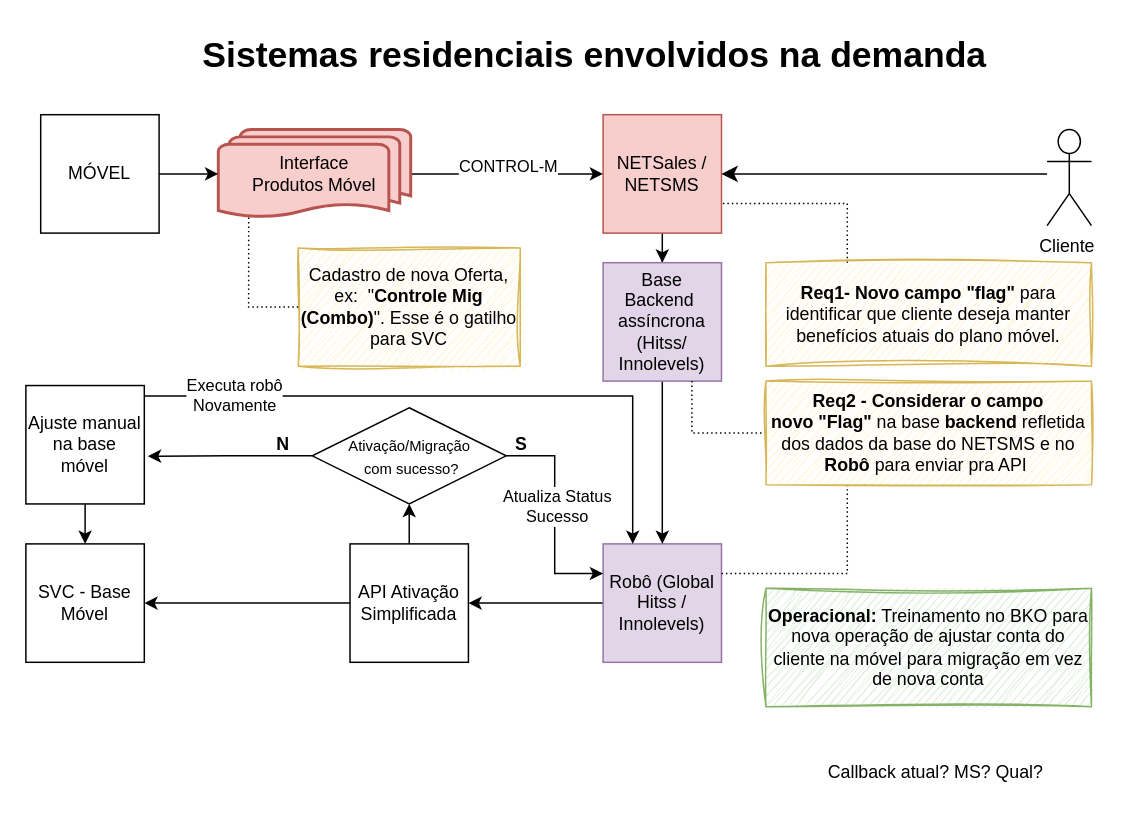
samirali/ClaroBrasil keeps this draw.io diagram as page "Venda Combo Multi Residencial" (2 of 2) of Cross-Sell Multi Base Móvel.drawio.xml. Above is the earlier version. Source tidied: cells renumbered, new cells numbered last; positions are measured from the earlier drawing's top-left corner, leaving out a move shared by most shapes. Both pictures are drawn from the tidied source at 148%, with x=0, y=0 at pixel (25, 25).
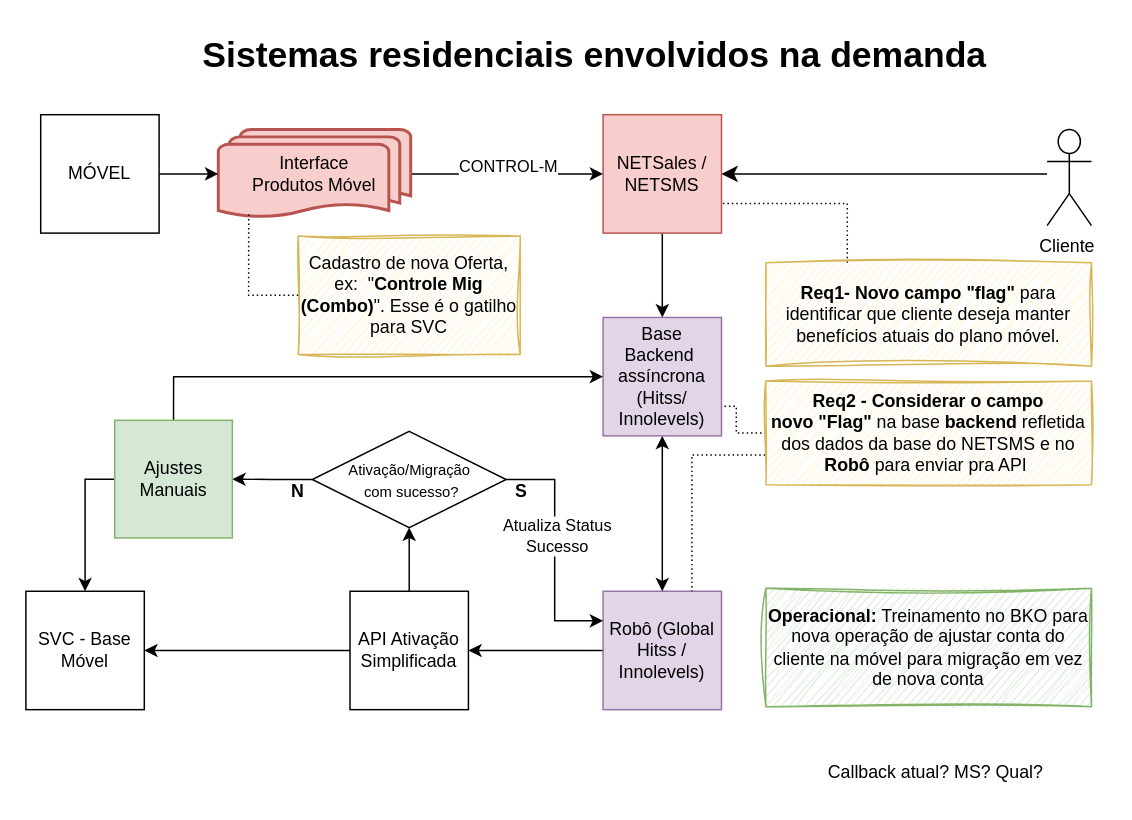
After the change.

Unchanged cells that the change refers to:
```xml
<mxCell id="28" value="&lt;b&gt;Req2 - Considerar o campo novo&lt;/b&gt;&amp;nbsp;&lt;b&gt;&quot;Flag&quot;&amp;nbsp;&lt;/b&gt;na base &lt;b&gt;backend &lt;/b&gt;refletida dos dados da base do NETSMS e no &lt;b&gt;Robô &lt;/b&gt;para enviar pra API&amp;nbsp;" style="text;html=1;strokeColor=#d6b656;fillColor=#fff2cc;align=center;verticalAlign=middle;whiteSpace=wrap;rounded=0;sketch=1;curveFitting=1;jiggle=2;" parent="1" vertex="1">
  <mxGeometry x="500" y="240" width="220" height="70" as="geometry" />
</mxCell>
```

Change to the diagram source:
```diff
@@
     <mxCell id="7" value="Robô (Global Hitss / Innolevels)" style="whiteSpace=wrap;html=1;fillColor=#e1d5e7;strokeColor=#9673a6;" parent="1" vertex="1">
-      <mxGeometry x="390" y="350" width="80" height="80" as="geometry" />
+      <mxGeometry x="390" y="382" width="80" height="80" as="geometry" />
     </mxCell>
@@
     <mxCell id="10" value="API Ativação Simplificada" style="whiteSpace=wrap;html=1;" parent="1" vertex="1">
-      <mxGeometry x="219" y="350" width="80" height="80" as="geometry" />
+      <mxGeometry x="219" y="382" width="80" height="80" as="geometry" />
     </mxCell>
@@
     <mxCell id="19" value="Cadastro de nova Oferta, ex:&amp;nbsp; &quot;&lt;b&gt;Controle Mig (Combo)&lt;/b&gt;&quot;. Esse é o gatilho para SVC" style="text;html=1;strokeColor=#d6b656;fillColor=#fff2cc;align=center;verticalAlign=middle;whiteSpace=wrap;rounded=0;sketch=1;curveFitting=1;jiggle=2;" parent="1" vertex="1">
-      <mxGeometry x="184" y="150" width="150" height="80" as="geometry" />
+      <mxGeometry x="184" y="142" width="150" height="80" as="geometry" />
     </mxCell>
@@
-    <mxCell id="21" style="edgeStyle=orthogonalEdgeStyle;rounded=0;jettySize=auto;html=1;entryX=1;entryY=0.25;entryDx=0;entryDy=0;endArrow=none;endFill=0;dashed=1;dashPattern=1 2;exitX=0.25;exitY=1;exitDx=0;exitDy=0;" parent="1" edge="1" source="28" target="7">
-      <mxGeometry relative="1" as="geometry" />
+    <mxCell id="21" style="edgeStyle=orthogonalEdgeStyle;rounded=0;jettySize=auto;html=1;entryX=0.75;entryY=0;entryDx=0;entryDy=0;endArrow=none;endFill=0;dashed=1;dashPattern=1 2;exitX=0;exitY=0.75;exitDx=0;exitDy=0;" parent="1" edge="1" source="28" target="7">
+      <mxGeometry relative="1" as="geometry">
+        <Array as="points">
+          <mxPoint x="500" y="290" />
+          <mxPoint x="450" y="290" />
+        </Array>
+      </mxGeometry>
     </mxCell>
@@
-    <mxCell id="25" style="edgeStyle=orthogonalEdgeStyle;rounded=0;jettySize=auto;html=1;entryX=0.5;entryY=0;entryDx=0;entryDy=0;" parent="1" edge="1" source="26" target="7">
+    <mxCell id="25" style="edgeStyle=orthogonalEdgeStyle;rounded=0;jettySize=auto;html=1;entryX=0.5;entryY=0;entryDx=0;entryDy=0;startArrow=classic;startFill=1;" parent="1" edge="1" source="26" target="7">
       <mxGeometry relative="1" as="geometry" />
     </mxCell>
     <mxCell id="26" value="Base Backend&amp;nbsp; assíncrona (Hitss/ Innolevels)" style="whiteSpace=wrap;html=1;fillColor=#e1d5e7;strokeColor=#9673a6;" parent="1" vertex="1">
-      <mxGeometry x="390" y="160" width="80" height="80" as="geometry" />
+      <mxGeometry x="390" y="197" width="80" height="80" as="geometry" />
     </mxCell>
-    <mxCell id="27" style="edgeStyle=orthogonalEdgeStyle;rounded=0;jettySize=auto;html=1;entryX=0.75;entryY=1;entryDx=0;entryDy=0;endArrow=none;endFill=0;dashed=1;dashPattern=1 2;" parent="1" edge="1" source="28" target="26">
+    <mxCell id="27" style="edgeStyle=orthogonalEdgeStyle;rounded=0;jettySize=auto;html=1;entryX=1;entryY=0.75;entryDx=0;entryDy=0;endArrow=none;endFill=0;dashed=1;dashPattern=1 2;" parent="1" edge="1" source="28" target="26">
       <mxGeometry relative="1" as="geometry" />
     </mxCell>
@@
     <mxCell id="29" value="SVC - Base Móvel" style="whiteSpace=wrap;html=1;" parent="1" vertex="1">
-      <mxGeometry y="350" width="80" height="80" as="geometry" />
+      <mxGeometry y="382" width="80" height="80" as="geometry" />
     </mxCell>
@@
+    <mxCell id="40" style="edgeStyle=orthogonalEdgeStyle;rounded=0;jettySize=auto;html=1;entryX=1;entryY=0.5;entryDx=0;entryDy=0;" parent="1" edge="1" source="32" target="43">
+      <mxGeometry relative="1" as="geometry" />
+    </mxCell>
     <mxCell id="32" value="&lt;font style=&quot;font-size: 10px;&quot;&gt;Ativação/Migração&lt;br&gt;&amp;nbsp;com sucesso?&lt;/font&gt;" style="rhombus;whiteSpace=wrap;html=1;" parent="1" vertex="1">
-      <mxGeometry x="193.5" y="258" width="131" height="65" as="geometry" />
+      <mxGeometry x="193.5" y="274" width="131" height="65" as="geometry" />
     </mxCell>
     <mxCell id="33" value="N" style="text;html=1;align=center;verticalAlign=middle;whiteSpace=wrap;rounded=0;fontStyle=1;" parent="1" vertex="1">
-      <mxGeometry x="164" y="278" width="20" height="10" as="geometry" />
+      <mxGeometry x="173.5" y="310" width="20" height="10" as="geometry" />
     </mxCell>
-    <mxCell id="34" style="edgeStyle=orthogonalEdgeStyle;rounded=0;jettySize=auto;html=1;" parent="1" edge="1" source="37" target="29">
-      <mxGeometry relative="1" as="geometry" />
-    </mxCell>
-    <mxCell id="35" style="edgeStyle=orthogonalEdgeStyle;rounded=0;jettySize=auto;html=1;entryX=0.25;entryY=0;entryDx=0;entryDy=0;" parent="1" edge="1" source="37" target="7">
-      <mxGeometry relative="1" as="geometry">
-        <Array as="points">
-          <mxPoint x="410" y="250" />
-        </Array>
-      </mxGeometry>
-    </mxCell>
-    <mxCell id="36" value="Executa robô &lt;br&gt;Novamente" style="edgeLabel;html=1;align=center;verticalAlign=middle;" parent="35" vertex="1">
-      <mxGeometry x="0.11" y="1" relative="1" as="geometry">
-        <mxPoint x="-179" as="offset" />
-      </mxGeometry>
-    </mxCell>
-    <mxCell id="37" value="Ajuste manual na base móvel" style="whiteSpace=wrap;html=1;" parent="1" vertex="1">
-      <mxGeometry y="243" width="80" height="80" as="geometry" />
-    </mxCell>
-    <mxCell id="38" style="edgeStyle=orthogonalEdgeStyle;rounded=0;jettySize=auto;html=1;entryX=1.03;entryY=0.597;entryDx=0;entryDy=0;entryPerimeter=0;" parent="1" edge="1" source="32" target="37">
-      <mxGeometry relative="1" as="geometry" />
-    </mxCell>
     <mxCell id="39" value="S" style="text;html=1;align=center;verticalAlign=middle;whiteSpace=wrap;rounded=0;fontStyle=1;" parent="1" vertex="1">
-      <mxGeometry x="324.5" y="278" width="20" height="10" as="geometry" />
+      <mxGeometry x="324.5" y="310" width="20" height="10" as="geometry" />
     </mxCell>
+    <mxCell id="41" style="edgeStyle=orthogonalEdgeStyle;rounded=0;jettySize=auto;html=1;exitX=0;exitY=0.5;exitDx=0;exitDy=0;" parent="1" edge="1" source="43" target="29">
+      <mxGeometry relative="1" as="geometry" />
+    </mxCell>
+    <mxCell id="42" style="edgeStyle=orthogonalEdgeStyle;rounded=0;jettySize=auto;html=1;entryX=0;entryY=0.5;entryDx=0;entryDy=0;exitX=0.5;exitY=0;exitDx=0;exitDy=0;" parent="1" edge="1" source="43" target="26">
+      <mxGeometry relative="1" as="geometry" />
+    </mxCell>
+    <mxCell id="43" value="Ajustes Manuais" style="whiteSpace=wrap;html=1;fillColor=#d5e8d4;strokeColor=#82b366;" parent="1" vertex="1">
+      <mxGeometry x="60" y="266.5" width="79.5" height="79.5" as="geometry" />
+    </mxCell>
```
